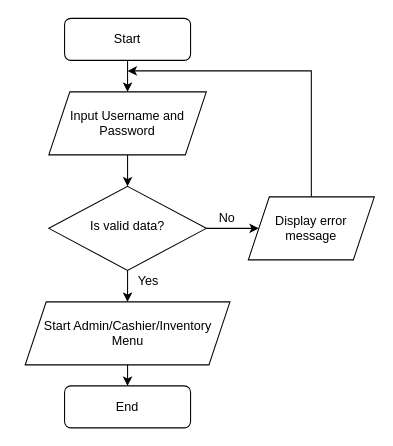
This is assets/flow-chart/login.drawio from vanluong94/aptech-market-management-system, a draw.io file, before an edit. Source tidied: cells renumbered, new cells numbered last; positions are measured from the earlier drawing's top-left corner, leaving out a move shared by most shapes. Both pictures are drawn from the tidied source at 105%, with x=0, y=0 at pixel (24, 18).
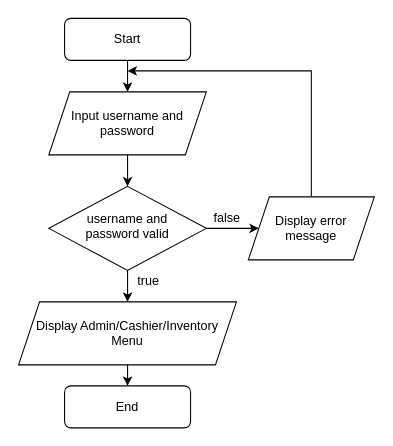
The same page after the edit.

Diff of the diagram source:
```diff
@@
 <mxGraphModel>
   <root>
     <mxCell id="0" />
     <mxCell id="1" parent="0" />
     <mxCell id="2" style="edgeStyle=orthogonalEdgeStyle;rounded=0;jettySize=auto;html=1;" parent="1" edge="1" source="3" target="9">
       <mxGeometry relative="1" as="geometry" />
     </mxCell>
     <mxCell id="3" value="Start" style="rounded=1;whiteSpace=wrap;html=1;fontSize=12;glass=0;strokeWidth=1;shadow=0;" parent="1" vertex="1">
       <mxGeometry x="38" width="120" height="40" as="geometry" />
     </mxCell>
     <mxCell id="4" style="edgeStyle=orthogonalEdgeStyle;rounded=0;jettySize=auto;html=1;entryX=0;entryY=0.5;entryDx=0;entryDy=0;" parent="1" edge="1" source="6" target="13">
       <mxGeometry relative="1" as="geometry" />
     </mxCell>
     <mxCell id="5" style="edgeStyle=orthogonalEdgeStyle;rounded=0;jettySize=auto;html=1;" parent="1" edge="1" source="6" target="11">
       <mxGeometry relative="1" as="geometry" />
     </mxCell>
-    <mxCell id="6" value="Is valid data?" style="rhombus;whiteSpace=wrap;html=1;shadow=0;fontFamily=Helvetica;fontSize=12;align=center;strokeWidth=1;spacing=6;spacingTop=-4;" parent="1" vertex="1">
+    <mxCell id="6" value="username and &lt;br&gt;password valid" style="rhombus;whiteSpace=wrap;html=1;shadow=0;fontFamily=Helvetica;fontSize=12;align=center;strokeWidth=1;spacing=6;spacingTop=-4;" parent="1" vertex="1">
       <mxGeometry x="23" y="160" width="150" height="80" as="geometry" />
     </mxCell>
     <mxCell id="7" value="End" style="rounded=1;whiteSpace=wrap;html=1;fontSize=12;glass=0;strokeWidth=1;shadow=0;" parent="1" vertex="1">
       <mxGeometry x="38" y="350" width="120" height="40" as="geometry" />
     </mxCell>
     <mxCell id="8" style="edgeStyle=orthogonalEdgeStyle;rounded=0;jettySize=auto;html=1;" parent="1" edge="1" source="9" target="6">
       <mxGeometry relative="1" as="geometry" />
     </mxCell>
-    <mxCell id="9" value="Input Username and &lt;br&gt;Password" style="shape=parallelogram;perimeter=parallelogramPerimeter;whiteSpace=wrap;html=1;fixedSize=1;" parent="1" vertex="1">
+    <mxCell id="9" value="Input username and &lt;br&gt;password" style="shape=parallelogram;perimeter=parallelogramPerimeter;whiteSpace=wrap;html=1;fixedSize=1;" parent="1" vertex="1">
       <mxGeometry x="23" y="70" width="150" height="60" as="geometry" />
     </mxCell>
     <mxCell id="10" style="edgeStyle=orthogonalEdgeStyle;rounded=0;jettySize=auto;html=1;entryX=0.5;entryY=0;entryDx=0;entryDy=0;" parent="1" edge="1" target="7">
       <mxGeometry relative="1" as="geometry">
         <mxPoint x="98" y="320" as="sourcePoint" />
       </mxGeometry>
     </mxCell>
-    <mxCell id="11" value="&lt;span&gt;Start Admin/Cashier/I&lt;/span&gt;nventory&lt;br&gt;Menu" style="shape=parallelogram;perimeter=parallelogramPerimeter;whiteSpace=wrap;html=1;fixedSize=1;" parent="1" vertex="1">
-      <mxGeometry x="0.5" y="270" width="195" height="60" as="geometry" />
+    <mxCell id="11" value="&lt;span&gt;Display Admin/Cashier/I&lt;/span&gt;nventory&lt;br&gt;Menu" style="shape=parallelogram;perimeter=parallelogramPerimeter;whiteSpace=wrap;html=1;fixedSize=1;" parent="1" vertex="1">
+      <mxGeometry x="-5.8" y="270" width="207.5" height="60" as="geometry" />
     </mxCell>
     <mxCell id="12" style="edgeStyle=orthogonalEdgeStyle;rounded=0;jettySize=auto;html=1;" parent="1" edge="1" source="13">
       <mxGeometry relative="1" as="geometry">
         <mxPoint x="98" y="50" as="targetPoint" />
         <Array as="points">
           <mxPoint x="273" y="50" />
         </Array>
       </mxGeometry>
     </mxCell>
     <mxCell id="13" value="&lt;span&gt;Display error message&lt;br&gt;&lt;/span&gt;" style="shape=parallelogram;perimeter=parallelogramPerimeter;whiteSpace=wrap;html=1;fixedSize=1;" parent="1" vertex="1">
       <mxGeometry x="213" y="170" width="120" height="60" as="geometry" />
     </mxCell>
-    <mxCell id="14" value="No" style="text;html=1;strokeColor=none;fillColor=none;align=center;verticalAlign=middle;whiteSpace=wrap;rounded=0;" parent="1" vertex="1">
+    <mxCell id="14" value="false" style="text;html=1;strokeColor=none;fillColor=none;align=center;verticalAlign=middle;whiteSpace=wrap;rounded=0;" parent="1" vertex="1">
       <mxGeometry x="173" y="180" width="40" height="20" as="geometry" />
     </mxCell>
-    <mxCell id="15" value="Yes" style="text;html=1;strokeColor=none;fillColor=none;align=center;verticalAlign=middle;whiteSpace=wrap;rounded=0;" parent="1" vertex="1">
+    <mxCell id="15" value="true" style="text;html=1;strokeColor=none;fillColor=none;align=center;verticalAlign=middle;whiteSpace=wrap;rounded=0;" parent="1" vertex="1">
       <mxGeometry x="98" y="240" width="40" height="20" as="geometry" />
     </mxCell>
   </root>
 </mxGraphModel>
```
